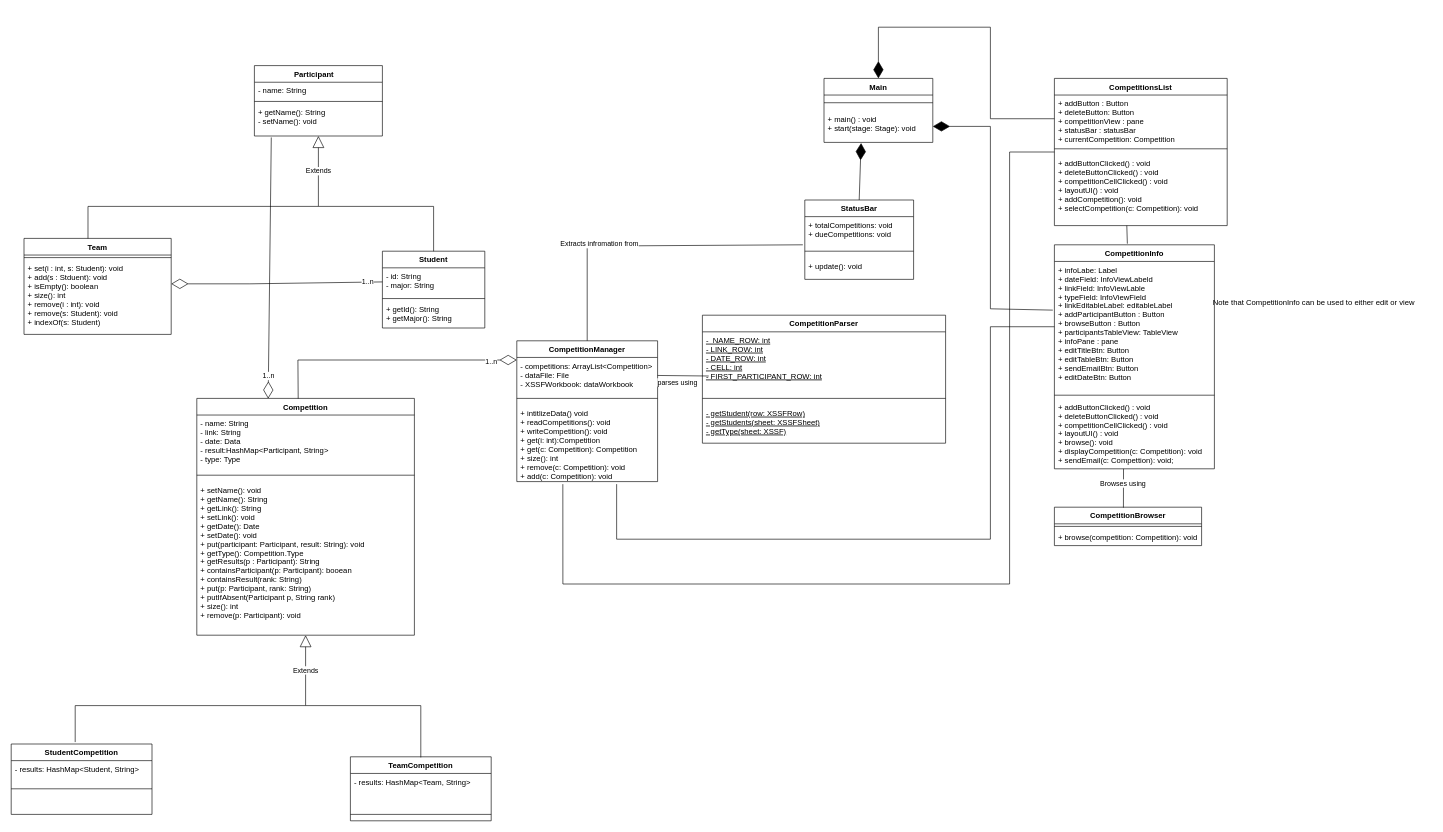
Before: docs/phase2/class-diagram.drawio in AbdullahAXR/Competition-tracker, a draw.io diagram. Source tidied: cells renumbered, new cells numbered last; positions are measured from the earlier drawing's top-left corner, leaving out a move shared by most shapes. Both pictures are drawn from the tidied source at 64%, with x=0, y=0 at pixel (11, 27).
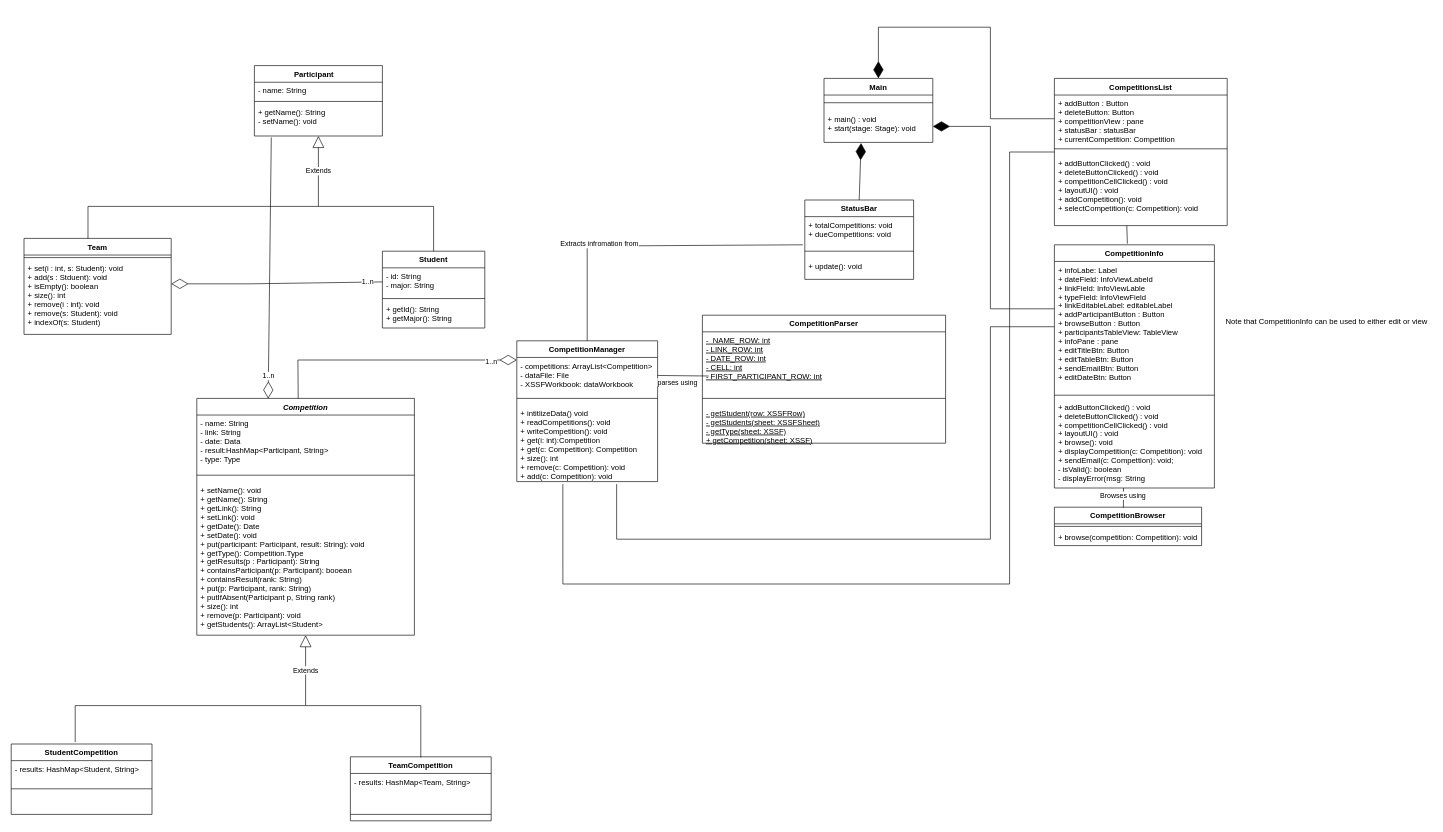
After the change.

Commit message (it also covers changes not shown here):
docs: updated class diagram

Unchanged cells that the change refers to:
```xml
<mxCell id="4" value="+ main() : void&#10;+ start(stage: Stage): void&#10;" style="text;strokeColor=none;fillColor=none;align=left;verticalAlign=top;spacingLeft=4;spacingRight=4;overflow=hidden;points=[[0,0.5],[1,0.5]];portConstraint=eastwest;fontStyle=0;" parent="2" vertex="1">
  <mxGeometry y="50" width="170" height="50" as="geometry" />
</mxCell>
<mxCell id="14" value="+ infoLabe: Label&#10;+ dateField: InfoViewLabeld&#10;+ linkField: InfoViewLable&#10;+ typeField: InfoViewField&#10;+ linkEditableLabel: editableLabel&#10;+ addParticipantButton : Button&#10;+ browseButton : Button&#10;+ participantsTableView: TableView&#10;+ infoPane : pane&#10;+ editTitleBtn: Button&#10;+ editTableBtn: Button&#10;+ sendEmailBtn: Button&#10;+ editDateBtn: Button&#10;&#10;" style="text;strokeColor=none;fillColor=none;align=left;verticalAlign=top;spacingLeft=4;spacingRight=4;overflow=hidden;points=[[0,0.5],[1,0.5]];portConstraint=eastwest;" parent="13" vertex="1">
  <mxGeometry y="26" width="250" height="204" as="geometry" />
</mxCell>
<mxCell id="24" value="CompetitionParser" style="swimlane;fontStyle=1;align=center;verticalAlign=top;horizontal=1;startSize=26;" parent="1" vertex="1">
  <mxGeometry x="1080" y="450" width="380" height="200" as="geometry" />
</mxCell>
```

Diff of the diagram source:
```diff
@@
-    <mxCell id="9" value="Competition" style="swimlane;fontStyle=1;align=center;verticalAlign=top;horizontal=1;startSize=26;" parent="1" vertex="1">
+    <mxCell id="9" value="Competition" style="swimlane;fontStyle=3;align=center;verticalAlign=top;horizontal=1;startSize=26;" parent="1" vertex="1">
       <mxGeometry x="290" y="580" width="340" height="370" as="geometry" />
     </mxCell>
@@
-    <mxCell id="12" value="+ setName(): void&#10;+ getName(): String&#10;+ getLink(): String&#10;+ setLink(): void&#10;+ getDate(): Date&#10;+ setDate(): void&#10;+ put(participant: Participant, result: String): void&#10;+ getType(): Competition.Type&#10;+ getResults(p : Participant): String&#10;+ containsParticipant(p: Participant): booean&#10;+ containsResult(rank: String)&#10;+ put(p: Participant, rank: String)&#10;+ putIfAbsent(Participant p, String rank)&#10;+ size(): int&#10;+ remove(p: Participant): void&#10;&#10;&#10;&#10;" style="text;strokeColor=none;fillColor=none;align=left;verticalAlign=top;spacingLeft=4;spacingRight=4;overflow=hidden;" parent="9" vertex="1">
+    <mxCell id="12" value="+ setName(): void&#10;+ getName(): String&#10;+ getLink(): String&#10;+ setLink(): void&#10;+ getDate(): Date&#10;+ setDate(): void&#10;+ put(participant: Participant, result: String): void&#10;+ getType(): Competition.Type&#10;+ getResults(p : Participant): String&#10;+ containsParticipant(p: Participant): booean&#10;+ containsResult(rank: String)&#10;+ put(p: Participant, rank: String)&#10;+ putIfAbsent(Participant p, String rank)&#10;+ size(): int&#10;+ remove(p: Participant): void&#10;+ getStudents(): ArrayList&lt;Student&gt;&#10;&#10;&#10;&#10;&#10;&#10;" style="text;strokeColor=none;fillColor=none;align=left;verticalAlign=top;spacingLeft=4;spacingRight=4;overflow=hidden;" parent="9" vertex="1">
       <mxGeometry y="130" width="340" height="240" as="geometry" />
     </mxCell>
     <mxCell id="13" value="CompetitionInfo" style="swimlane;fontStyle=1;align=center;verticalAlign=top;horizontal=1;startSize=26;" parent="1" vertex="1">
-      <mxGeometry x="1630" y="340" width="250" height="350" as="geometry" />
+      <mxGeometry x="1630" y="340" width="250" height="380" as="geometry" />
     </mxCell>
@@
-    <mxCell id="16" value="+ addButtonClicked() : void&#10;+ deleteButtonClicked() : void&#10;+ competitionCellClicked() : void&#10;+ layoutUI() : void&#10;+ browse(): void&#10;+ displayCompetition(c: Competition): void&#10;+ sendEmail(c: Compettion): void;&#10;&#10;&#10;&#10;" style="text;strokeColor=none;fillColor=none;align=left;verticalAlign=top;spacingLeft=4;spacingRight=4;overflow=hidden;points=[[0,0.5],[1,0.5]];portConstraint=eastwest;" parent="13" vertex="1">
-      <mxGeometry y="240" width="250" height="110" as="geometry" />
+    <mxCell id="16" value="+ addButtonClicked() : void&#10;+ deleteButtonClicked() : void&#10;+ competitionCellClicked() : void&#10;+ layoutUI() : void&#10;+ browse(): void&#10;+ displayCompetition(c: Competition): void&#10;+ sendEmail(c: Compettion): void;&#10;- isValid(): boolean&#10;- displayError(msg: String&#10;&#10;&#10;&#10;&#10;" style="text;strokeColor=none;fillColor=none;align=left;verticalAlign=top;spacingLeft=4;spacingRight=4;overflow=hidden;points=[[0,0.5],[1,0.5]];portConstraint=eastwest;" parent="13" vertex="1">
+      <mxGeometry y="240" width="250" height="140" as="geometry" />
     </mxCell>
@@
-    <mxCell id="27" value="- getStudent(row: XSSFRow)&#10;- getStudents(sheet: XSSFSheet)&#10;- getType(sheet: XSSF)&#10;&#10;" style="text;strokeColor=none;fillColor=none;align=left;verticalAlign=top;spacingLeft=4;spacingRight=4;overflow=hidden;fontStyle=4;" parent="24" vertex="1">
+    <mxCell id="27" value="- getStudent(row: XSSFRow)&#10;- getStudents(sheet: XSSFSheet)&#10;- getType(sheet: XSSF)&#10;+ getCompetition(sheet: XSSF)&#10;&#10;&#10;" style="text;strokeColor=none;fillColor=none;align=left;verticalAlign=top;spacingLeft=4;spacingRight=4;overflow=hidden;fontStyle=4;" parent="24" vertex="1">
       <mxGeometry y="140" width="380" height="60" as="geometry" />
     </mxCell>
@@
     <mxCell id="63" value="Note that CompetitionInfo can be used to either edit or view" style="text;html=1;align=center;verticalAlign=middle;strokeColor=none;fillColor=none;" parent="1" vertex="1">
-      <mxGeometry x="1870" y="420" width="330" height="20" as="geometry" />
+      <mxGeometry x="1890" y="450" width="330" height="20" as="geometry" />
     </mxCell>
@@
-    <mxCell id="70" style="endArrow=diamondThin;endFill=1;endSize=24;html=1;rounded=0;entryX=1;entryY=0.5;entryDx=0;entryDy=0;exitX=-0.01;exitY=0.373;exitDx=0;exitDy=0;exitPerimeter=0;" parent="1" edge="1" source="14" target="4">
+    <mxCell id="70" style="endArrow=diamondThin;endFill=1;endSize=24;html=1;rounded=0;entryX=1;entryY=0.5;entryDx=0;entryDy=0;" parent="1" edge="1" target="4">
       <mxGeometry relative="1" as="geometry">
+        <mxPoint x="1630" y="440" as="sourcePoint" />
         <Array as="points">
           <mxPoint x="1530" y="440" />
           <mxPoint x="1530" y="320" />
           <mxPoint x="1530" y="155" />
         </Array>
       </mxGeometry>
     </mxCell>
```
